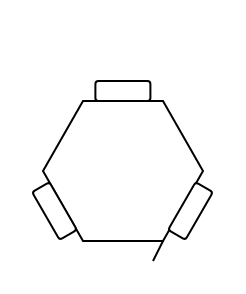
Earlier version of the draw.io diagram Untitled Diagram.drawio (0Z17/drawio). Source tidied: cells renumbered, new cells numbered last; positions are measured from the earlier drawing's top-left corner, leaving out a move shared by most shapes. Both pictures are drawn from the tidied source at 200%, with x=0, y=0 at pixel (26, 80).
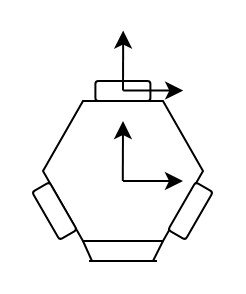
After the change.

Diff of the diagram source:
```diff
@@
 <mxGraphModel>
   <root>
     <mxCell id="0" />
     <mxCell id="1" parent="0" />
     <mxCell id="2" style="shape=hexagon;perimeter=hexagonPerimeter2;whiteSpace=wrap;html=1;fixedSize=1;" parent="1" vertex="1">
       <mxGeometry x="8" y="10" width="80" height="70" as="geometry" />
     </mxCell>
     <mxCell id="3" style="rounded=1;whiteSpace=wrap;html=1;" parent="1" vertex="1">
       <mxGeometry x="34.2" width="27.5" height="10" as="geometry" />
     </mxCell>
     <mxCell id="4" style="rounded=1;whiteSpace=wrap;html=1;rotation=-60;" parent="1" vertex="1">
       <mxGeometry x="68" y="60" width="27.5" height="10" as="geometry" />
     </mxCell>
     <mxCell id="5" style="rounded=1;whiteSpace=wrap;html=1;rotation=60;" parent="1" vertex="1">
       <mxGeometry y="60" width="27.5" height="10" as="geometry" />
     </mxCell>
     <mxCell id="6" style="endArrow=none;html=1;rounded=0;entryX=0.747;entryY=0.995;entryDx=0;entryDy=0;entryPerimeter=0;" parent="1" edge="1">
       <mxGeometry relative="1" as="geometry">
         <mxPoint x="63" y="90" as="sourcePoint" />
         <mxPoint x="68" y="80" as="targetPoint" />
       </mxGeometry>
     </mxCell>
+    <mxCell id="7" style="endArrow=none;html=1;rounded=0;entryX=0.747;entryY=0.995;entryDx=0;entryDy=0;entryPerimeter=0;" parent="1" edge="1">
+      <mxGeometry relative="1" as="geometry">
+        <mxPoint x="32.5" y="90" as="sourcePoint" />
+        <mxPoint x="28" y="80" as="targetPoint" />
+      </mxGeometry>
+    </mxCell>
+    <mxCell id="8" style="endArrow=none;html=1;rounded=0;" parent="1" edge="1">
+      <mxGeometry relative="1" as="geometry">
+        <mxPoint x="31" y="90" as="sourcePoint" />
+        <mxPoint x="65" y="90" as="targetPoint" />
+      </mxGeometry>
+    </mxCell>
+    <mxCell id="9" style="endArrow=classic;html=1;rounded=0;" parent="1" edge="1">
+      <mxGeometry relative="1" as="geometry">
+        <mxPoint x="48" y="50" as="sourcePoint" />
+        <mxPoint x="78" y="50" as="targetPoint" />
+      </mxGeometry>
+    </mxCell>
+    <mxCell id="10" style="endArrow=classic;html=1;rounded=0;" parent="1" edge="1">
+      <mxGeometry relative="1" as="geometry">
+        <mxPoint x="47.9" y="50" as="sourcePoint" />
+        <mxPoint x="48" y="20" as="targetPoint" />
+      </mxGeometry>
+    </mxCell>
+    <mxCell id="11" style="endArrow=classic;html=1;rounded=0;" parent="1" edge="1">
+      <mxGeometry relative="1" as="geometry">
+        <mxPoint x="48.1" y="4.8" as="sourcePoint" />
+        <mxPoint x="78.1" y="4.8" as="targetPoint" />
+      </mxGeometry>
+    </mxCell>
+    <mxCell id="12" style="endArrow=classic;html=1;rounded=0;" parent="1" edge="1">
+      <mxGeometry relative="1" as="geometry">
+        <mxPoint x="48" y="4.8" as="sourcePoint" />
+        <mxPoint x="48.1" y="-25.2" as="targetPoint" />
+      </mxGeometry>
+    </mxCell>
   </root>
 </mxGraphModel>
```
